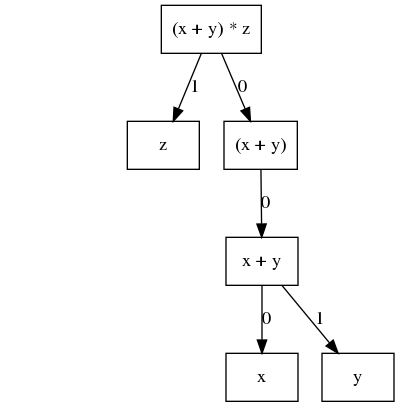
github/codeql keeps this Graphviz diagram as ql/docs/learn-ql/ast.png. Above is the earlier version. Its source is kept beside it as ql/docs/learn-ql/ast.dot. The source it was exported from:
```dot
digraph ast {
    "x" [shape=rect];
    "y" [shape=rect];
    "z" [shape=rect];
    "x + y" [shape=rect];
    "(x + y)" [shape=rect];
    "(x + y) * z" [shape=rect];
    invis1 [style=invis];
    invis2 [style=invis];
    invis3 [style=invis];

    "(x + y) * z" -> "(x + y)" [label=0];
    "(x + y) * z" -> "z" [label=1];
    "(x + y)" -> "x + y" [label=0];
    "x + y" -> "x" [label=0];
    "x + y" -> "y" [label=1];

    "z" -> invis1 [style=invis];
    invis1 -> invis2 [style=invis];
    invis1 -> invis3 [style=invis];
}
```
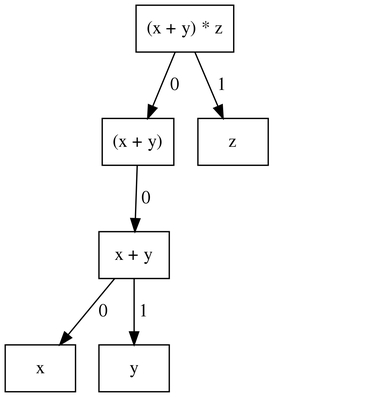
After the change.

Change to the diagram source:
```diff
@@ -1,19 +1,20 @@
 digraph ast {
+    graph [dpi=300];
     "x" [shape=rect];
     "y" [shape=rect];
-    "z" [shape=rect];
     "x + y" [shape=rect];
     "(x + y)" [shape=rect];
+    "z" [shape=rect];
     "(x + y) * z" [shape=rect];
     invis1 [style=invis];
     invis2 [style=invis];
     invis3 [style=invis];
 
-    "(x + y) * z" -> "(x + y)" [label=0];
-    "(x + y) * z" -> "z" [label=1];
-    "(x + y)" -> "x + y" [label=0];
-    "x + y" -> "x" [label=0];
-    "x + y" -> "y" [label=1];
+    "(x + y) * z" -> "(x + y)" [label=" 0"];
+    "(x + y) * z" -> "z" [label=" 1"];
+    "(x + y)" -> "x + y" [label=" 0"];
+    "x + y" -> "x" [label=" 0"];
+    "x + y" -> "y" [label=" 1"];
 
     "z" -> invis1 [style=invis];
     invis1 -> invis2 [style=invis];
```
